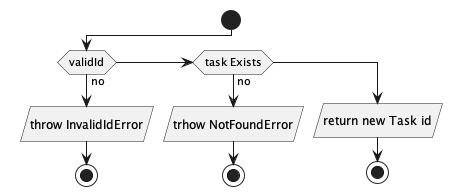
Earlier version of the PlantUML export thesis/part/Proyecto_ejecutivo/memoria_descriptiva/descripcionDelProyecto/manager/uml/getTaskUseCase.png (Enrikerf/pfm).
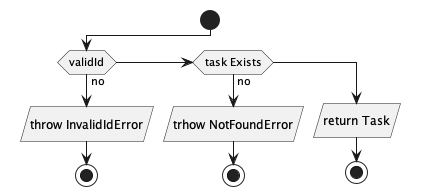
The same diagram one commit later.

Change to the diagram source:
```diff
@@ -8,7 +8,7 @@
   :trhow NotFoundError/
   stop
 else ()
-    :return new Task id/
+    :return Task/
     stop
 
 @enduml
```
